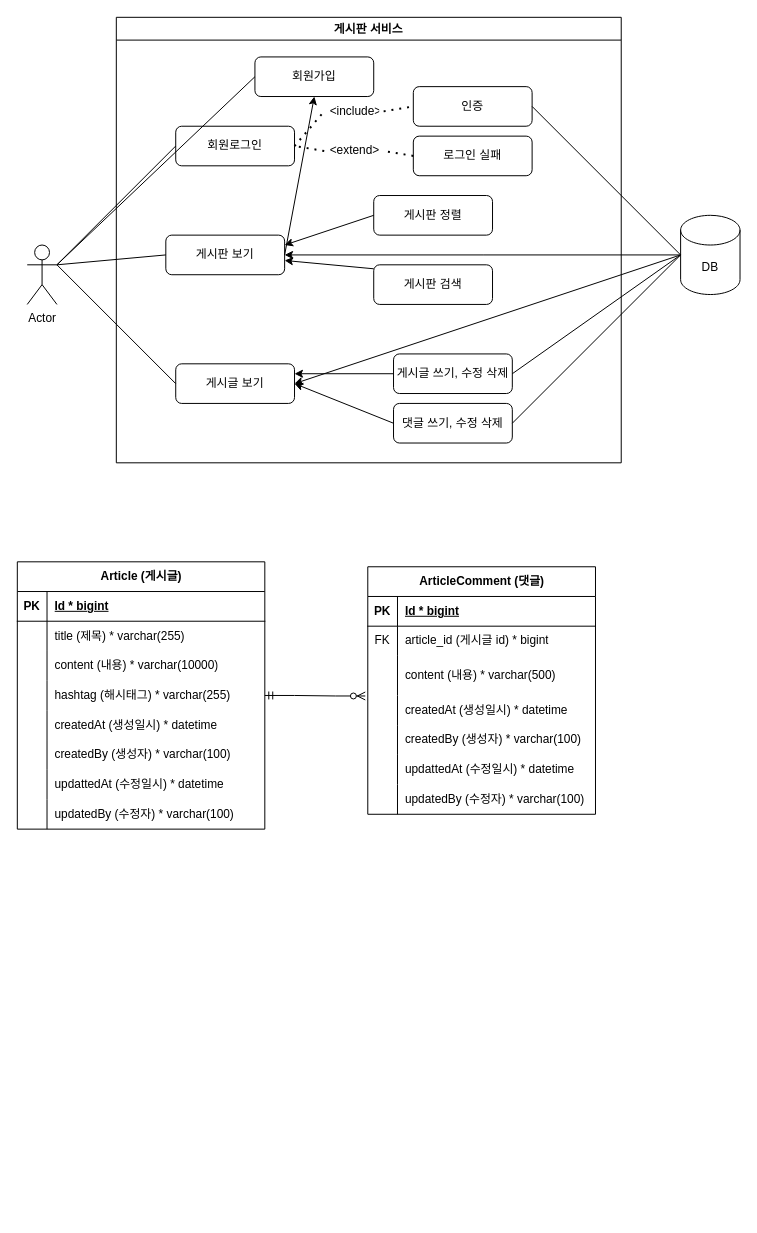
Above: board.drawio in hyojin52/board (draw.io), before the change. Source tidied: cells renumbered, new cells numbered last; positions are measured from the earlier drawing's top-left corner, leaving out a move shared by most shapes. Both pictures are drawn from the tidied source at 99%, with x=0, y=0 at pixel (17, 17).
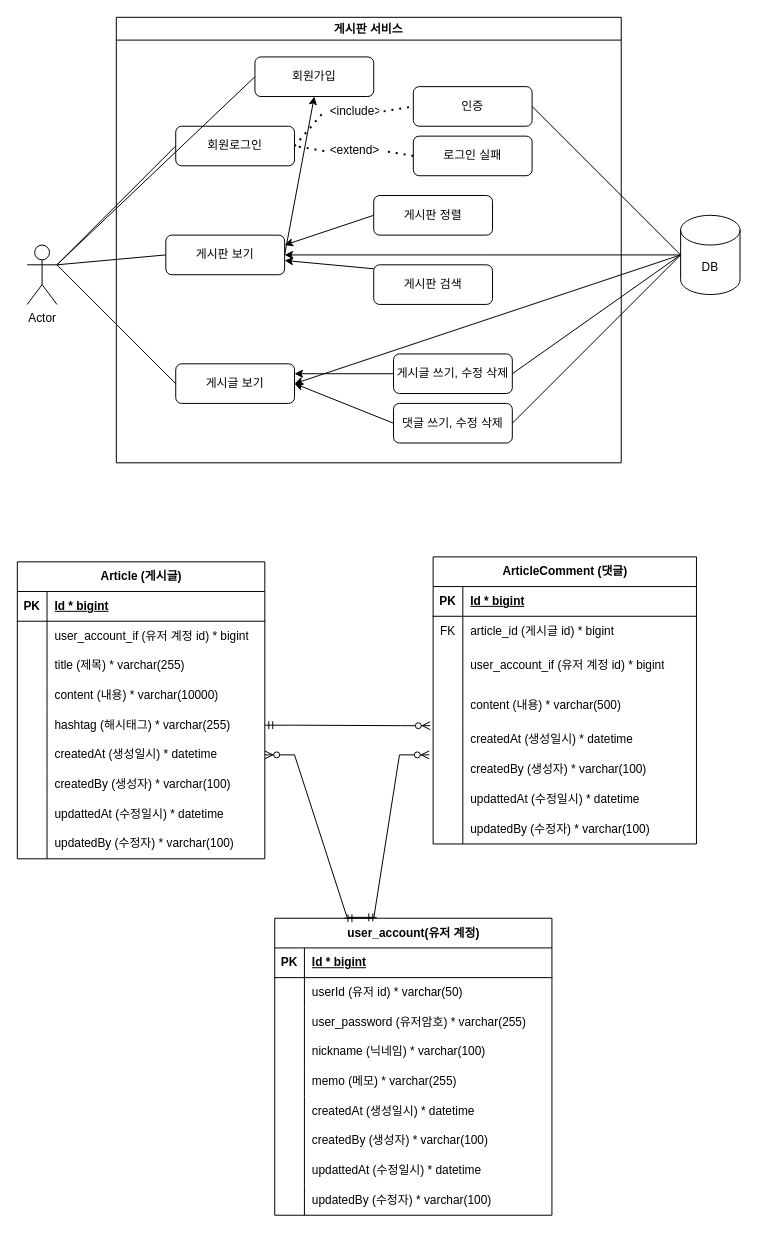
The same page after the edit.

Commit message (it also covers changes not shown here):
#14 - UserAccount 추가에 따른 작업 - Article, ArticleComment UserAccount 필드 추가 - UserAccount 테이블 추가 - ERD 수정

Unchanged cells that the change refers to:
```xml
<mxCell id="40" style="shape=tableRow;horizontal=0;startSize=0;swimlaneHead=0;swimlaneBody=0;fillColor=none;top=0;left=0;right=0;bottom=0;" parent="36" vertex="1">
  <mxGeometry y="60" width="250" height="30" as="geometry" />
</mxCell>
```

Diff of the diagram source:
```diff
@@
     <mxCell id="36" value="Article (게시글)" style="shape=table;startSize=30;childLayout=tableLayout;rowLines=0;fontStyle=1;align=center;html=1;" parent="1" vertex="1">
-      <mxGeometry y="550" width="250" height="270" as="geometry" />
+      <mxGeometry y="550" width="250" height="300" as="geometry" />
     </mxCell>
@@
-    <mxCell id="42" value="title (제목) * varchar(255)" style="shape=partialRectangle;fillColor=none;top=0;left=0;bottom=0;right=0;align=left;spacingLeft=6;overflow=hidden;whiteSpace=wrap;html=1;" parent="40" vertex="1">
+    <mxCell id="42" value="user_account_if (유저 계정 id) * bigint" style="shape=partialRectangle;fillColor=none;top=0;left=0;bottom=0;right=0;align=left;spacingLeft=6;overflow=hidden;whiteSpace=wrap;html=1;" parent="40" vertex="1">
       <mxGeometry x="30" width="220" height="30" as="geometry" />
     </mxCell>
+    <mxCell id="84" style="shape=tableRow;horizontal=0;startSize=0;swimlaneHead=0;swimlaneBody=0;fillColor=none;top=0;left=0;right=0;bottom=0;" parent="36" vertex="1">
+      <mxGeometry y="90" width="250" height="30" as="geometry" />
+    </mxCell>
+    <mxCell id="85" style="shape=partialRectangle;fillColor=none;top=0;left=0;bottom=0;right=0;overflow=hidden;whiteSpace=wrap;html=1;" parent="84" vertex="1">
+      <mxGeometry width="30" height="30" as="geometry" />
+    </mxCell>
+    <mxCell id="86" value="title (제목) * varchar(255)" style="shape=partialRectangle;fillColor=none;top=0;left=0;bottom=0;right=0;align=left;spacingLeft=6;overflow=hidden;whiteSpace=wrap;html=1;" parent="84" vertex="1">
+      <mxGeometry x="30" width="220" height="30" as="geometry" />
+    </mxCell>
     <mxCell id="43" style="shape=tableRow;horizontal=0;startSize=0;swimlaneHead=0;swimlaneBody=0;fillColor=none;top=0;left=0;right=0;bottom=0;" parent="36" vertex="1">
-      <mxGeometry y="90" width="250" height="30" as="geometry" />
+      <mxGeometry y="120" width="250" height="30" as="geometry" />
     </mxCell>
@@
     <mxCell id="46" style="shape=tableRow;horizontal=0;startSize=0;swimlaneHead=0;swimlaneBody=0;fillColor=none;points=[[0,0.5],[1,0.5]];portConstraint=eastwest;top=0;left=0;right=0;bottom=0;" parent="36" vertex="1">
-      <mxGeometry y="120" width="250" height="30" as="geometry" />
+      <mxGeometry y="150" width="250" height="30" as="geometry" />
     </mxCell>
@@
     <mxCell id="49" style="shape=tableRow;horizontal=0;startSize=0;swimlaneHead=0;swimlaneBody=0;fillColor=none;points=[[0,0.5],[1,0.5]];portConstraint=eastwest;top=0;left=0;right=0;bottom=0;" parent="36" vertex="1">
-      <mxGeometry y="150" width="250" height="30" as="geometry" />
+      <mxGeometry y="180" width="250" height="30" as="geometry" />
     </mxCell>
@@
     <mxCell id="52" style="shape=tableRow;horizontal=0;startSize=0;swimlaneHead=0;swimlaneBody=0;fillColor=none;top=0;left=0;right=0;bottom=0;" parent="36" vertex="1">
-      <mxGeometry y="180" width="250" height="30" as="geometry" />
+      <mxGeometry y="210" width="250" height="30" as="geometry" />
     </mxCell>
@@
     <mxCell id="55" style="shape=tableRow;horizontal=0;startSize=0;swimlaneHead=0;swimlaneBody=0;fillColor=none;top=0;left=0;right=0;bottom=0;" parent="36" vertex="1">
-      <mxGeometry y="210" width="250" height="30" as="geometry" />
+      <mxGeometry y="240" width="250" height="30" as="geometry" />
     </mxCell>
@@
     <mxCell id="58" style="shape=tableRow;horizontal=0;startSize=0;swimlaneHead=0;swimlaneBody=0;fillColor=none;top=0;left=0;right=0;bottom=0;" parent="36" vertex="1">
-      <mxGeometry y="240" width="250" height="30" as="geometry" />
+      <mxGeometry y="270" width="250" height="30" as="geometry" />
     </mxCell>
@@
     <mxCell id="61" value="ArticleComment (댓글)" style="shape=table;startSize=30;childLayout=tableLayout;rowLines=0;fontStyle=1;align=center;html=1;" parent="1" vertex="1">
-      <mxGeometry x="354" y="555" width="230" height="250" as="geometry" />
+      <mxGeometry x="420" y="545" width="266" height="290" as="geometry" />
     </mxCell>
     <mxCell id="62" style="shape=tableRow;horizontal=0;startSize=0;swimlaneHead=0;swimlaneBody=0;fillColor=none;top=0;left=0;right=0;bottom=1;" parent="61" vertex="1">
-      <mxGeometry y="30" width="230" height="30" as="geometry" />
+      <mxGeometry y="30" width="266" height="30" as="geometry" />
     </mxCell>
@@
     <mxCell id="64" value="Id * bigint" style="shape=partialRectangle;fillColor=none;top=0;left=0;bottom=0;right=0;align=left;spacingLeft=6;fontStyle=5;overflow=hidden;whiteSpace=wrap;html=1;" parent="62" vertex="1">
-      <mxGeometry x="30" width="200" height="30" as="geometry" />
+      <mxGeometry x="30" width="236" height="30" as="geometry" />
     </mxCell>
     <mxCell id="65" style="shape=tableRow;horizontal=0;startSize=0;swimlaneHead=0;swimlaneBody=0;fillColor=none;top=0;left=0;right=0;bottom=0;" parent="61" vertex="1">
-      <mxGeometry y="60" width="230" height="30" as="geometry" />
+      <mxGeometry y="60" width="266" height="30" as="geometry" />
     </mxCell>
@@
     <mxCell id="67" value="article_id (게시글 id) * bigint" style="shape=partialRectangle;fillColor=none;top=0;left=0;bottom=0;right=0;align=left;spacingLeft=6;overflow=hidden;whiteSpace=wrap;html=1;" parent="65" vertex="1">
-      <mxGeometry x="30" width="200" height="30" as="geometry" />
+      <mxGeometry x="30" width="236" height="30" as="geometry" />
     </mxCell>
     <mxCell id="68" style="shape=tableRow;horizontal=0;startSize=0;swimlaneHead=0;swimlaneBody=0;fillColor=none;top=0;left=0;right=0;bottom=0;" parent="61" vertex="1">
-      <mxGeometry y="90" width="230" height="40" as="geometry" />
+      <mxGeometry y="90" width="266" height="40" as="geometry" />
     </mxCell>
@@
-    <mxCell id="70" value="content (내용) * varchar(500)" style="shape=partialRectangle;fillColor=none;top=0;left=0;bottom=0;right=0;align=left;spacingLeft=6;overflow=hidden;whiteSpace=wrap;html=1;" parent="68" vertex="1">
-      <mxGeometry x="30" width="200" height="40" as="geometry" />
+    <mxCell id="70" value="user_account_if (유저 계정 id) * bigint" style="shape=partialRectangle;fillColor=none;top=0;left=0;bottom=0;right=0;align=left;spacingLeft=6;overflow=hidden;whiteSpace=wrap;html=1;" parent="68" vertex="1">
+      <mxGeometry x="30" width="236" height="40" as="geometry" />
     </mxCell>
+    <mxCell id="87" style="shape=tableRow;horizontal=0;startSize=0;swimlaneHead=0;swimlaneBody=0;fillColor=none;top=0;left=0;right=0;bottom=0;" parent="61" vertex="1">
+      <mxGeometry y="130" width="266" height="40" as="geometry" />
+    </mxCell>
+    <mxCell id="88" style="shape=partialRectangle;fillColor=none;top=0;left=0;bottom=0;right=0;overflow=hidden;whiteSpace=wrap;html=1;" parent="87" vertex="1">
+      <mxGeometry width="30" height="40" as="geometry" />
+    </mxCell>
+    <mxCell id="89" value="content (내용) * varchar(500)" style="shape=partialRectangle;fillColor=none;top=0;left=0;bottom=0;right=0;align=left;spacingLeft=6;overflow=hidden;whiteSpace=wrap;html=1;" parent="87" vertex="1">
+      <mxGeometry x="30" width="236" height="40" as="geometry" />
+    </mxCell>
     <mxCell id="71" style="shape=tableRow;horizontal=0;startSize=0;swimlaneHead=0;swimlaneBody=0;fillColor=none;points=[[0,0.5],[1,0.5]];portConstraint=eastwest;top=0;left=0;right=0;bottom=0;" parent="61" vertex="1">
-      <mxGeometry y="130" width="230" height="30" as="geometry" />
+      <mxGeometry y="170" width="266" height="30" as="geometry" />
     </mxCell>
@@
     <mxCell id="73" value="createdAt (생성일시) * datetime" style="shape=partialRectangle;fillColor=none;top=0;left=0;bottom=0;right=0;align=left;spacingLeft=6;overflow=hidden;whiteSpace=wrap;html=1;" parent="71" vertex="1">
-      <mxGeometry x="30" width="200" height="30" as="geometry" />
+      <mxGeometry x="30" width="236" height="30" as="geometry" />
     </mxCell>
     <mxCell id="74" style="shape=tableRow;horizontal=0;startSize=0;swimlaneHead=0;swimlaneBody=0;fillColor=none;points=[[0,0.5],[1,0.5]];portConstraint=eastwest;top=0;left=0;right=0;bottom=0;" parent="61" vertex="1">
-      <mxGeometry y="160" width="230" height="30" as="geometry" />
+      <mxGeometry y="200" width="266" height="30" as="geometry" />
     </mxCell>
@@
     <mxCell id="76" value="createdBy (생성자) * varchar(100)" style="shape=partialRectangle;fillColor=none;top=0;left=0;bottom=0;right=0;align=left;spacingLeft=6;overflow=hidden;whiteSpace=wrap;html=1;" parent="74" vertex="1">
-      <mxGeometry x="30" width="200" height="30" as="geometry" />
+      <mxGeometry x="30" width="236" height="30" as="geometry" />
     </mxCell>
     <mxCell id="77" style="shape=tableRow;horizontal=0;startSize=0;swimlaneHead=0;swimlaneBody=0;fillColor=none;top=0;left=0;right=0;bottom=0;" parent="61" vertex="1">
-      <mxGeometry y="190" width="230" height="30" as="geometry" />
+      <mxGeometry y="230" width="266" height="30" as="geometry" />
     </mxCell>
@@
     <mxCell id="79" value="updattedAt (수정일시) * datetime" style="shape=partialRectangle;fillColor=none;top=0;left=0;bottom=0;right=0;align=left;spacingLeft=6;overflow=hidden;whiteSpace=wrap;html=1;" parent="77" vertex="1">
-      <mxGeometry x="30" width="200" height="30" as="geometry" />
+      <mxGeometry x="30" width="236" height="30" as="geometry" />
     </mxCell>
     <mxCell id="80" style="shape=tableRow;horizontal=0;startSize=0;swimlaneHead=0;swimlaneBody=0;fillColor=none;top=0;left=0;right=0;bottom=0;" parent="61" vertex="1">
-      <mxGeometry y="220" width="230" height="30" as="geometry" />
+      <mxGeometry y="260" width="266" height="30" as="geometry" />
     </mxCell>
@@
     <mxCell id="82" value="updatedBy (수정자) * varchar(100)" style="shape=partialRectangle;fillColor=none;top=0;left=0;bottom=0;right=0;align=left;spacingLeft=6;overflow=hidden;whiteSpace=wrap;html=1;" parent="80" vertex="1">
-      <mxGeometry x="30" width="200" height="30" as="geometry" />
+      <mxGeometry x="30" width="236" height="30" as="geometry" />
     </mxCell>
@@
+    <mxCell id="90" value="user_account(유저 계정)" style="shape=table;startSize=30;childLayout=tableLayout;rowLines=0;fontStyle=1;align=center;html=1;" parent="1" vertex="1">
+      <mxGeometry x="260" y="910" width="280" height="300" as="geometry" />
+    </mxCell>
+    <mxCell id="91" style="shape=tableRow;horizontal=0;startSize=0;swimlaneHead=0;swimlaneBody=0;fillColor=none;top=0;left=0;right=0;bottom=1;" parent="90" vertex="1">
+      <mxGeometry y="30" width="280" height="30" as="geometry" />
+    </mxCell>
+    <mxCell id="92" value="PK" style="shape=partialRectangle;fillColor=none;top=0;left=0;bottom=0;right=0;fontStyle=1;overflow=hidden;whiteSpace=wrap;html=1;" parent="91" vertex="1">
+      <mxGeometry width="30" height="30" as="geometry" />
+    </mxCell>
+    <mxCell id="93" value="Id * bigint" style="shape=partialRectangle;fillColor=none;top=0;left=0;bottom=0;right=0;align=left;spacingLeft=6;fontStyle=5;overflow=hidden;whiteSpace=wrap;html=1;" parent="91" vertex="1">
+      <mxGeometry x="30" width="250" height="30" as="geometry" />
+    </mxCell>
+    <mxCell id="94" style="shape=tableRow;horizontal=0;startSize=0;swimlaneHead=0;swimlaneBody=0;fillColor=none;top=0;left=0;right=0;bottom=0;" parent="90" vertex="1">
+      <mxGeometry y="60" width="280" height="30" as="geometry" />
+    </mxCell>
+    <mxCell id="95" style="shape=partialRectangle;fillColor=none;top=0;left=0;bottom=0;right=0;overflow=hidden;whiteSpace=wrap;html=1;" parent="94" vertex="1">
+      <mxGeometry width="30" height="30" as="geometry" />
+    </mxCell>
+    <mxCell id="96" value="userId (유저 id) * varchar(50)" style="shape=partialRectangle;fillColor=none;top=0;left=0;bottom=0;right=0;align=left;spacingLeft=6;overflow=hidden;whiteSpace=wrap;html=1;" parent="94" vertex="1">
+      <mxGeometry x="30" width="250" height="30" as="geometry" />
+    </mxCell>
+    <mxCell id="97" style="shape=tableRow;horizontal=0;startSize=0;swimlaneHead=0;swimlaneBody=0;fillColor=none;top=0;left=0;right=0;bottom=0;" parent="90" vertex="1">
+      <mxGeometry y="90" width="280" height="30" as="geometry" />
+    </mxCell>
+    <mxCell id="98" style="shape=partialRectangle;fillColor=none;top=0;left=0;bottom=0;right=0;overflow=hidden;whiteSpace=wrap;html=1;" parent="97" vertex="1">
+      <mxGeometry width="30" height="30" as="geometry" />
+    </mxCell>
+    <mxCell id="99" value="user_password (유저암호) * varchar(255)" style="shape=partialRectangle;fillColor=none;top=0;left=0;bottom=0;right=0;align=left;spacingLeft=6;overflow=hidden;whiteSpace=wrap;html=1;" parent="97" vertex="1">
+      <mxGeometry x="30" width="250" height="30" as="geometry" />
+    </mxCell>
+    <mxCell id="100" style="shape=tableRow;horizontal=0;startSize=0;swimlaneHead=0;swimlaneBody=0;fillColor=none;top=0;left=0;right=0;bottom=0;" parent="90" vertex="1">
+      <mxGeometry y="120" width="280" height="30" as="geometry" />
+    </mxCell>
+    <mxCell id="101" style="shape=partialRectangle;fillColor=none;top=0;left=0;bottom=0;right=0;overflow=hidden;whiteSpace=wrap;html=1;" parent="100" vertex="1">
+      <mxGeometry width="30" height="30" as="geometry" />
+    </mxCell>
+    <mxCell id="102" value="nickname (닉네임) * varchar(100)" style="shape=partialRectangle;fillColor=none;top=0;left=0;bottom=0;right=0;align=left;spacingLeft=6;overflow=hidden;whiteSpace=wrap;html=1;" parent="100" vertex="1">
+      <mxGeometry x="30" width="250" height="30" as="geometry" />
+    </mxCell>
+    <mxCell id="103" style="shape=tableRow;horizontal=0;startSize=0;swimlaneHead=0;swimlaneBody=0;fillColor=none;top=0;left=0;right=0;bottom=0;" parent="90" vertex="1">
+      <mxGeometry y="150" width="280" height="30" as="geometry" />
+    </mxCell>
+    <mxCell id="104" style="shape=partialRectangle;fillColor=none;top=0;left=0;bottom=0;right=0;overflow=hidden;whiteSpace=wrap;html=1;" parent="103" vertex="1">
+      <mxGeometry width="30" height="30" as="geometry" />
+    </mxCell>
+    <mxCell id="105" value="memo (메모) * varchar(255)" style="shape=partialRectangle;fillColor=none;top=0;left=0;bottom=0;right=0;align=left;spacingLeft=6;overflow=hidden;whiteSpace=wrap;html=1;" parent="103" vertex="1">
+      <mxGeometry x="30" width="250" height="30" as="geometry" />
+    </mxCell>
+    <mxCell id="106" style="shape=tableRow;horizontal=0;startSize=0;swimlaneHead=0;swimlaneBody=0;fillColor=none;top=0;left=0;right=0;bottom=0;" parent="90" vertex="1">
+      <mxGeometry y="180" width="280" height="30" as="geometry" />
+    </mxCell>
+    <mxCell id="107" style="shape=partialRectangle;fillColor=none;top=0;left=0;bottom=0;right=0;overflow=hidden;whiteSpace=wrap;html=1;" parent="106" vertex="1">
+      <mxGeometry width="30" height="30" as="geometry" />
+    </mxCell>
+    <mxCell id="108" value="createdAt (생성일시) * datetime" style="shape=partialRectangle;fillColor=none;top=0;left=0;bottom=0;right=0;align=left;spacingLeft=6;overflow=hidden;whiteSpace=wrap;html=1;" parent="106" vertex="1">
+      <mxGeometry x="30" width="250" height="30" as="geometry" />
+    </mxCell>
+    <mxCell id="109" style="shape=tableRow;horizontal=0;startSize=0;swimlaneHead=0;swimlaneBody=0;fillColor=none;top=0;left=0;right=0;bottom=0;" parent="90" vertex="1">
+      <mxGeometry y="210" width="280" height="30" as="geometry" />
+    </mxCell>
+    <mxCell id="110" style="shape=partialRectangle;fillColor=none;top=0;left=0;bottom=0;right=0;overflow=hidden;whiteSpace=wrap;html=1;" parent="109" vertex="1">
+      <mxGeometry width="30" height="30" as="geometry" />
+    </mxCell>
+    <mxCell id="111" value="createdBy (생성자) * varchar(100)" style="shape=partialRectangle;fillColor=none;top=0;left=0;bottom=0;right=0;align=left;spacingLeft=6;overflow=hidden;whiteSpace=wrap;html=1;" parent="109" vertex="1">
+      <mxGeometry x="30" width="250" height="30" as="geometry" />
+    </mxCell>
+    <mxCell id="112" style="shape=tableRow;horizontal=0;startSize=0;swimlaneHead=0;swimlaneBody=0;fillColor=none;top=0;left=0;right=0;bottom=0;" parent="90" vertex="1">
+      <mxGeometry y="240" width="280" height="30" as="geometry" />
+    </mxCell>
+    <mxCell id="113" style="shape=partialRectangle;fillColor=none;top=0;left=0;bottom=0;right=0;overflow=hidden;whiteSpace=wrap;html=1;" parent="112" vertex="1">
+      <mxGeometry width="30" height="30" as="geometry" />
+    </mxCell>
+    <mxCell id="114" value="updattedAt (수정일시) * datetime" style="shape=partialRectangle;fillColor=none;top=0;left=0;bottom=0;right=0;align=left;spacingLeft=6;overflow=hidden;whiteSpace=wrap;html=1;" parent="112" vertex="1">
+      <mxGeometry x="30" width="250" height="30" as="geometry" />
+    </mxCell>
+    <mxCell id="115" style="shape=tableRow;horizontal=0;startSize=0;swimlaneHead=0;swimlaneBody=0;fillColor=none;top=0;left=0;right=0;bottom=0;" parent="90" vertex="1">
+      <mxGeometry y="270" width="280" height="30" as="geometry" />
+    </mxCell>
+    <mxCell id="116" style="shape=partialRectangle;fillColor=none;top=0;left=0;bottom=0;right=0;overflow=hidden;whiteSpace=wrap;html=1;" parent="115" vertex="1">
+      <mxGeometry width="30" height="30" as="geometry" />
+    </mxCell>
+    <mxCell id="117" value="updatedBy (수정자) * varchar(100)" style="shape=partialRectangle;fillColor=none;top=0;left=0;bottom=0;right=0;align=left;spacingLeft=6;overflow=hidden;whiteSpace=wrap;html=1;" parent="115" vertex="1">
+      <mxGeometry x="30" width="250" height="30" as="geometry" />
+    </mxCell>
+    <mxCell id="118" style="edgeStyle=entityRelationEdgeStyle;fontSize=12;html=1;endArrow=ERzeroToMany;startArrow=ERmandOne;rounded=0;exitX=0.368;exitY=-0.003;exitDx=0;exitDy=0;exitPerimeter=0;entryX=1;entryY=0.5;entryDx=0;entryDy=0;" parent="1" edge="1" source="90" target="49">
+      <mxGeometry relative="1" as="geometry">
+        <Array as="points">
+          <mxPoint x="260" y="820" />
+          <mxPoint x="280" y="897" />
+        </Array>
+      </mxGeometry>
+    </mxCell>
+    <mxCell id="119" style="edgeStyle=entityRelationEdgeStyle;fontSize=12;html=1;endArrow=ERzeroToMany;startArrow=ERmandOne;rounded=0;exitX=0.25;exitY=0;exitDx=0;exitDy=0;entryX=-0.015;entryY=0;entryDx=0;entryDy=0;entryPerimeter=0;" parent="1" edge="1" source="90" target="74">
+      <mxGeometry relative="1" as="geometry">
+        <Array as="points">
+          <mxPoint x="270" y="830" />
+          <mxPoint x="290" y="907" />
+        </Array>
+      </mxGeometry>
+    </mxCell>
```
